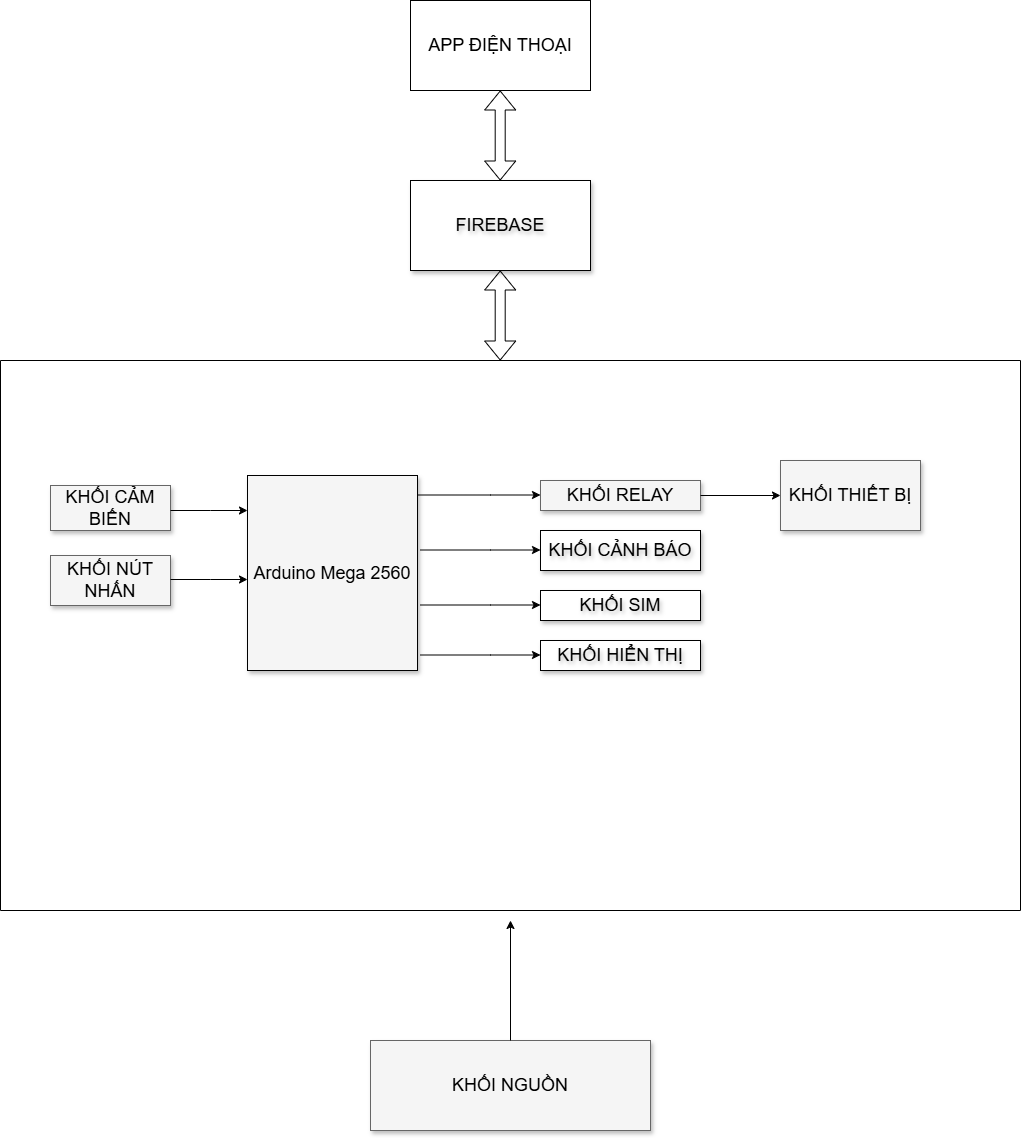
Before: block_diagram/Block_Diagram.drawio.png, a diagram exported from draw.io (imvietp/Final_Thesis). Source tidied: cells renumbered, new cells last; positions are measured from the earlier drawing's top-left corner, leaving out a move shared by most shapes.
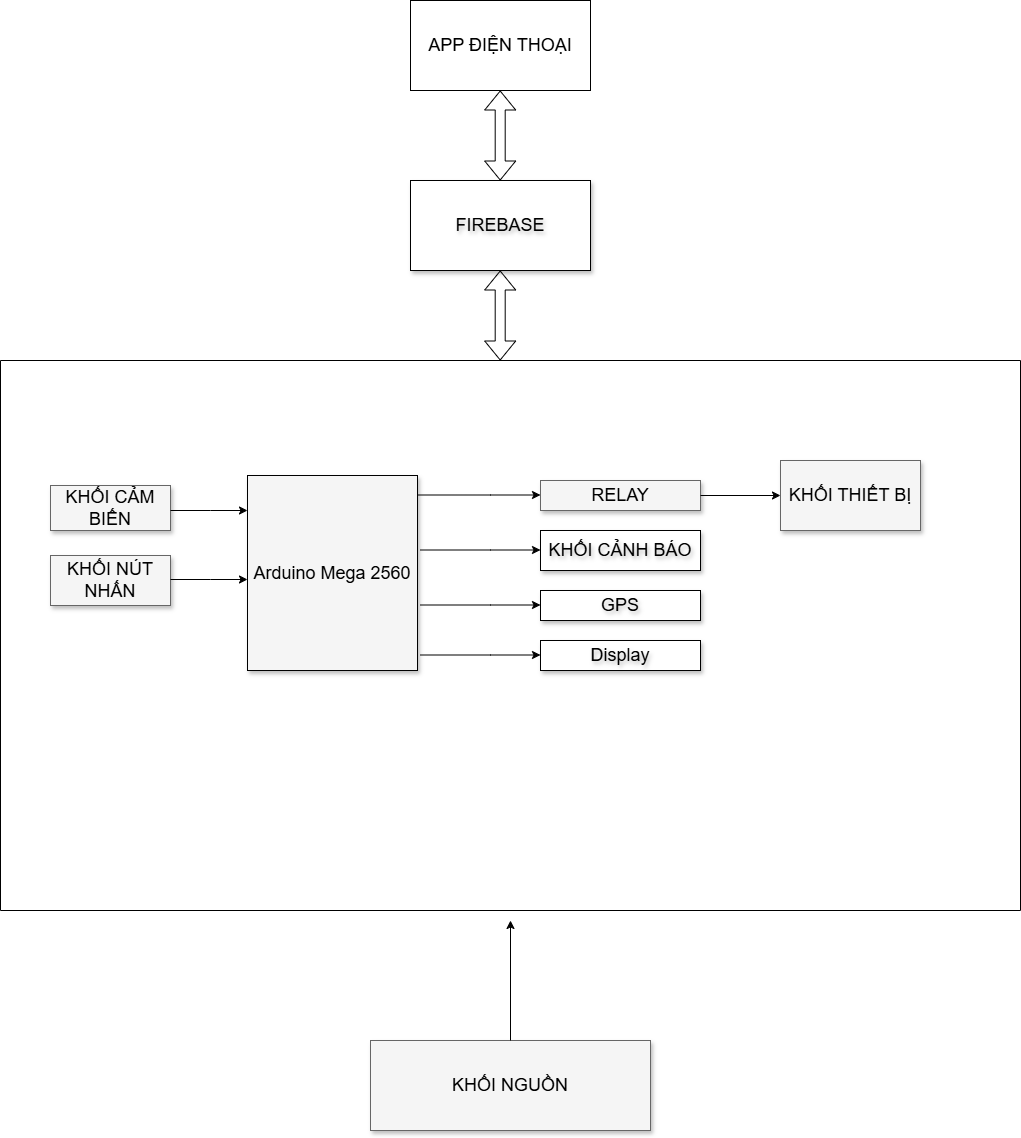
After the commit.

Change to the diagram source:
```diff
@@ -14,7 +14,7 @@
     <mxCell id="5" style="swimlane;startSize=0;" parent="1" vertex="1">
       <mxGeometry y="360" width="1020" height="550" as="geometry" />
     </mxCell>
-    <mxCell id="6" value="KHỐI RELAY" style="whiteSpace=wrap;html=1;shadow=1;fontSize=18;fillColor=#f5f5f5;strokeColor=#666666;" parent="5" vertex="1">
+    <mxCell id="6" value="RELAY" style="whiteSpace=wrap;html=1;shadow=1;fontSize=18;fillColor=#f5f5f5;strokeColor=#666666;" parent="5" vertex="1">
       <mxGeometry x="540" y="120" width="160" height="30" as="geometry" />
     </mxCell>
     <mxCell id="7" value="KHỐI THIẾT BỊ" style="whiteSpace=wrap;html=1;shadow=1;fontSize=18;fillColor=#f5f5f5;strokeColor=#666666;" parent="5" vertex="1">
@@ -26,7 +26,7 @@
     <mxCell id="9" value="&lt;font style=&quot;font-size: 18px;&quot;&gt;KHỐI CẢNH BÁO&lt;/font&gt;" style="rounded=0;whiteSpace=wrap;html=1;shadow=1;textShadow=1;strokeColor=default;" parent="5" vertex="1">
       <mxGeometry x="540" y="170" width="160" height="40" as="geometry" />
     </mxCell>
-    <mxCell id="10" value="&lt;span style=&quot;font-size: 18px;&quot;&gt;KHỐI SIM&lt;/span&gt;" style="rounded=0;whiteSpace=wrap;html=1;shadow=1;textShadow=1;" parent="5" vertex="1">
+    <mxCell id="10" value="&lt;span style=&quot;font-size: 18px;&quot;&gt;GPS&lt;/span&gt;" style="rounded=0;whiteSpace=wrap;html=1;shadow=1;textShadow=1;" parent="5" vertex="1">
       <mxGeometry x="540" y="230" width="160" height="30" as="geometry" />
     </mxCell>
     <mxCell id="11" style="edgeStyle=elbowEdgeStyle;rounded=0;html=1;startArrow=none;startFill=0;jettySize=auto;orthogonalLoop=1;fontSize=18;elbow=vertical;" parent="5" edge="1">
@@ -86,7 +86,7 @@
         </Array>
       </mxGeometry>
     </mxCell>
-    <mxCell id="20" value="&lt;span style=&quot;font-size: 18px;&quot;&gt;KHỐI HIỂN THỊ&lt;/span&gt;" style="rounded=0;whiteSpace=wrap;html=1;shadow=1;textShadow=1;" parent="5" vertex="1">
+    <mxCell id="20" value="&lt;span style=&quot;font-size: 18px;&quot;&gt;Display&lt;/span&gt;" style="rounded=0;whiteSpace=wrap;html=1;shadow=1;textShadow=1;" parent="5" vertex="1">
       <mxGeometry x="540" y="280" width="160" height="30" as="geometry" />
     </mxCell>
     <mxCell id="21" style="edgeStyle=elbowEdgeStyle;rounded=0;html=1;startArrow=none;startFill=0;jettySize=auto;orthogonalLoop=1;fontSize=18;elbow=vertical;" parent="5" edge="1">
```
